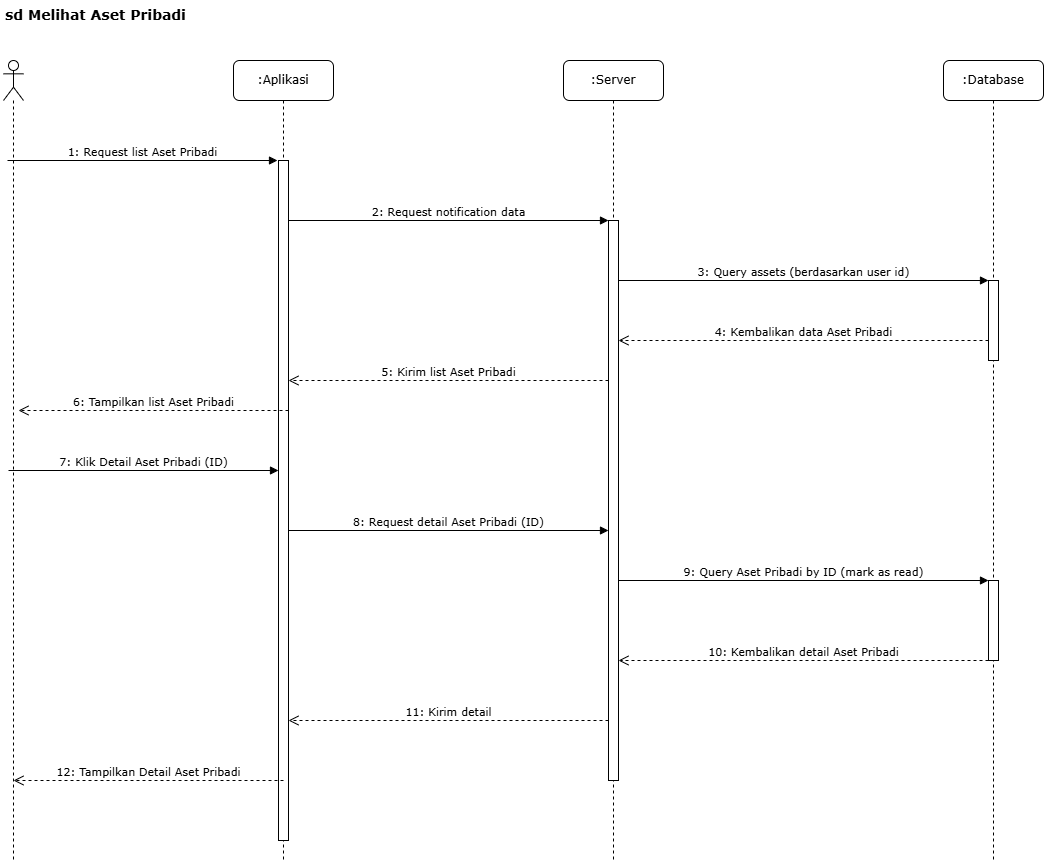
Before: Diagram/sequence-diagram-skripsi-melihat-aset-pribadi.drawio.png, a diagram exported from draw.io (Rizz404/SKRIPSI_V2). Source tidied: cells renumbered, new cells last; positions are measured from the earlier drawing's top-left corner, leaving out a move shared by most shapes.
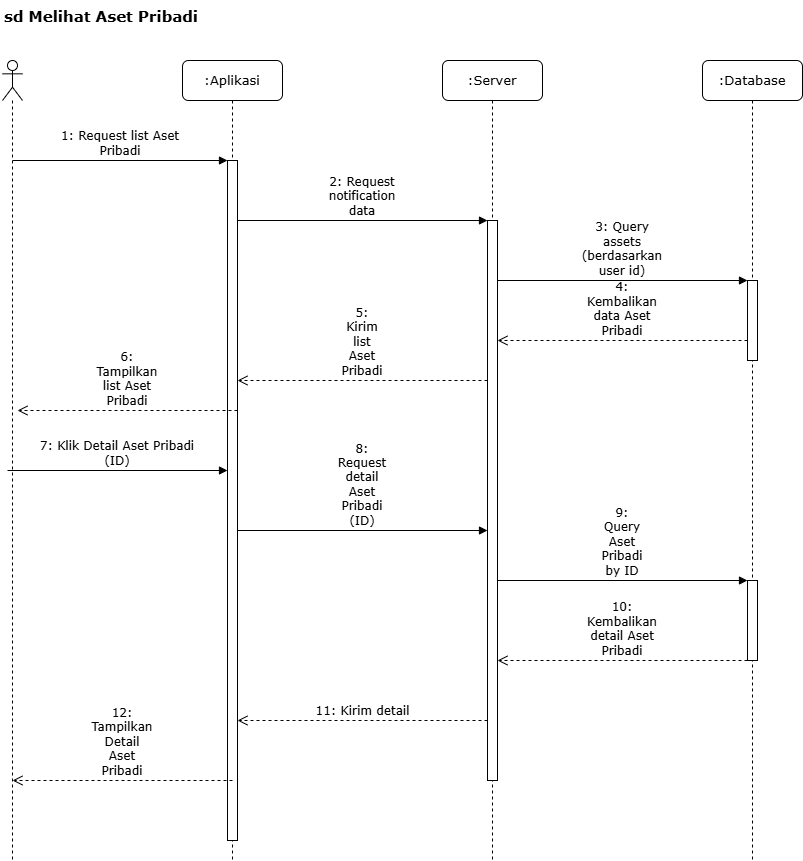
The same file after the commit.

Diff of the diagram source:
```diff
@@ -2,99 +2,99 @@
   <root>
     <mxCell id="0" />
     <mxCell id="1" parent="0" />
-    <mxCell id="2" value="sd Melihat Aset Pribadi" style="text;html=1;strokeColor=none;fillColor=none;align=left;verticalAlign=top;whiteSpace=wrap;rounded=0;fontFamily=Verdana;fontSize=14;fontStyle=1;" parent="1" vertex="1">
-      <mxGeometry width="320" height="30" as="geometry" />
+    <mxCell id="2" value="sd Melihat Aset Pribadi" style="text;html=1;strokeColor=none;fillColor=none;align=left;verticalAlign=top;whiteSpace=wrap;rounded=0;fontFamily=Verdana;fontSize=15;fontStyle=1;" parent="1" vertex="1">
+      <mxGeometry x="-80" width="320" height="30" as="geometry" />
     </mxCell>
     <mxCell id="3" style="shape=umlLifeline;perimeter=lifelinePerimeter;whiteSpace=wrap;html=1;newEdgeStyle={&quot;curved&quot;:0,&quot;rounded&quot;:0};participant=umlActor;" parent="1" vertex="1">
-      <mxGeometry y="60" width="20" height="800" as="geometry" />
+      <mxGeometry x="-80" y="60" width="20" height="800" as="geometry" />
     </mxCell>
-    <mxCell id="4" value=":Aplikasi" style="shape=umlLifeline;perimeter=lifelinePerimeter;whiteSpace=wrap;html=1;rounded=1;shadow=0;comic=0;labelBackgroundColor=none;strokeWidth=1;fontFamily=Verdana;fontSize=12;align=center;" parent="1" vertex="1">
-      <mxGeometry x="230" y="60" width="100" height="800" as="geometry" />
+    <mxCell id="4" value=":Aplikasi" style="shape=umlLifeline;perimeter=lifelinePerimeter;whiteSpace=wrap;html=1;rounded=1;shadow=0;comic=0;labelBackgroundColor=none;strokeWidth=1;fontFamily=Verdana;fontSize=13;align=center;" parent="1" vertex="1">
+      <mxGeometry x="100" y="60" width="100" height="800" as="geometry" />
     </mxCell>
-    <mxCell id="5" value="1: Request list Aset Pribadi" style="html=1;verticalAlign=bottom;labelBackgroundColor=none;endArrow=block;rounded=0;fontFamily=Verdana;fontSize=11;" parent="4" edge="1">
+    <mxCell id="5" value="1: Request list Aset Pribadi" style="html=1;verticalAlign=bottom;labelBackgroundColor=none;endArrow=block;rounded=0;fontFamily=Verdana;fontSize=12;whiteSpace=wrap;" parent="1" edge="1">
       <mxGeometry relative="1" as="geometry">
-        <mxPoint x="-226" y="100" as="sourcePoint" />
-        <mxPoint x="44" y="100" as="targetPoint" />
+        <mxPoint x="-70" y="160" as="sourcePoint" />
+        <mxPoint x="145" y="160" as="targetPoint" />
       </mxGeometry>
     </mxCell>
-    <mxCell id="6" value=":Server" style="shape=umlLifeline;perimeter=lifelinePerimeter;whiteSpace=wrap;html=1;rounded=1;shadow=0;comic=0;labelBackgroundColor=none;strokeWidth=1;fontFamily=Verdana;fontSize=12;align=center;" parent="1" vertex="1">
-      <mxGeometry x="560" y="60" width="100" height="800" as="geometry" />
+    <mxCell id="6" value=":Server" style="shape=umlLifeline;perimeter=lifelinePerimeter;whiteSpace=wrap;html=1;rounded=1;shadow=0;comic=0;labelBackgroundColor=none;strokeWidth=1;fontFamily=Verdana;fontSize=13;align=center;" parent="1" vertex="1">
+      <mxGeometry x="360" y="60" width="100" height="800" as="geometry" />
     </mxCell>
-    <mxCell id="7" value=":Database" style="shape=umlLifeline;perimeter=lifelinePerimeter;whiteSpace=wrap;html=1;rounded=1;shadow=0;comic=0;labelBackgroundColor=none;strokeWidth=1;fontFamily=Verdana;fontSize=12;align=center;" parent="1" vertex="1">
-      <mxGeometry x="940" y="60" width="100" height="800" as="geometry" />
+    <mxCell id="7" value=":Database" style="shape=umlLifeline;perimeter=lifelinePerimeter;whiteSpace=wrap;html=1;rounded=1;shadow=0;comic=0;labelBackgroundColor=none;strokeWidth=1;fontFamily=Verdana;fontSize=13;align=center;" parent="1" vertex="1">
+      <mxGeometry x="620" y="60" width="100" height="800" as="geometry" />
     </mxCell>
     <mxCell id="8" style="html=1;perimeter=orthogonalPerimeter;fillColor=#ffffff;strokeColor=#000000;strokeWidth=1;" parent="1" vertex="1">
-      <mxGeometry x="275" y="160" width="10" height="680" as="geometry" />
+      <mxGeometry x="145" y="160" width="10" height="680" as="geometry" />
     </mxCell>
     <mxCell id="9" style="html=1;points=[];perimeter=orthogonalPerimeter;fillColor=#ffffff;strokeColor=#000000;strokeWidth=1;" parent="1" vertex="1">
-      <mxGeometry x="605" y="220" width="10" height="560" as="geometry" />
+      <mxGeometry x="405" y="220" width="10" height="560" as="geometry" />
     </mxCell>
     <mxCell id="10" style="html=1;perimeter=orthogonalPerimeter;fillColor=#ffffff;strokeColor=#000000;strokeWidth=1;" parent="1" vertex="1">
-      <mxGeometry x="985" y="280" width="10" height="80" as="geometry" />
+      <mxGeometry x="665" y="280" width="10" height="80" as="geometry" />
     </mxCell>
     <mxCell id="11" style="html=1;points=[];perimeter=orthogonalPerimeter;fillColor=#ffffff;strokeColor=#000000;strokeWidth=1;" parent="1" vertex="1">
-      <mxGeometry x="985" y="580" width="10" height="80" as="geometry" />
+      <mxGeometry x="665" y="580" width="10" height="80" as="geometry" />
     </mxCell>
-    <mxCell id="12" value="2: Request notification data" style="html=1;verticalAlign=bottom;endArrow=block;labelBackgroundColor=none;fontFamily=Verdana;fontSize=11;" parent="1" edge="1">
+    <mxCell id="12" value="2: Request notification data" style="html=1;verticalAlign=bottom;endArrow=block;labelBackgroundColor=none;fontFamily=Verdana;fontSize=12;whiteSpace=wrap;" parent="1" edge="1">
       <mxGeometry relative="1" as="geometry">
-        <mxPoint x="285" y="220" as="sourcePoint" />
-        <mxPoint x="605" y="220" as="targetPoint" />
+        <mxPoint x="155" y="220" as="sourcePoint" />
+        <mxPoint x="405" y="220" as="targetPoint" />
       </mxGeometry>
     </mxCell>
-    <mxCell id="13" value="3: Query assets (berdasarkan user id)" style="html=1;verticalAlign=bottom;endArrow=block;labelBackgroundColor=none;fontFamily=Verdana;fontSize=11;" parent="1" edge="1">
+    <mxCell id="13" value="3: Query assets (berdasarkan user id)" style="html=1;verticalAlign=bottom;endArrow=block;labelBackgroundColor=none;fontFamily=Verdana;fontSize=12;whiteSpace=wrap;" parent="1" edge="1">
       <mxGeometry relative="1" as="geometry">
-        <mxPoint x="615" y="280" as="sourcePoint" />
-        <mxPoint x="985" y="280" as="targetPoint" />
+        <mxPoint x="415" y="280" as="sourcePoint" />
+        <mxPoint x="665" y="280" as="targetPoint" />
       </mxGeometry>
     </mxCell>
-    <mxCell id="14" value="4: Kembalikan data Aset Pribadi" style="html=1;verticalAlign=bottom;endArrow=open;dashed=1;endSize=8;labelBackgroundColor=none;fontFamily=Verdana;fontSize=11;" parent="1" edge="1">
+    <mxCell id="14" value="4: Kembalikan data Aset Pribadi" style="html=1;verticalAlign=bottom;endArrow=open;dashed=1;endSize=8;labelBackgroundColor=none;fontFamily=Verdana;fontSize=12;whiteSpace=wrap;" parent="1" edge="1">
       <mxGeometry relative="1" as="geometry">
-        <mxPoint x="985" y="340" as="sourcePoint" />
-        <mxPoint x="615" y="340" as="targetPoint" />
+        <mxPoint x="665" y="340" as="sourcePoint" />
+        <mxPoint x="415" y="340" as="targetPoint" />
       </mxGeometry>
     </mxCell>
-    <mxCell id="15" value="5: Kirim list Aset Pribadi" style="html=1;verticalAlign=bottom;endArrow=open;dashed=1;endSize=8;labelBackgroundColor=none;fontFamily=Verdana;fontSize=11;" parent="1" edge="1">
+    <mxCell id="15" value="5: Kirim list Aset Pribadi" style="html=1;verticalAlign=bottom;endArrow=open;dashed=1;endSize=8;labelBackgroundColor=none;fontFamily=Verdana;fontSize=12;whiteSpace=wrap;" parent="1" edge="1">
       <mxGeometry relative="1" as="geometry">
-        <mxPoint x="605" y="380" as="sourcePoint" />
-        <mxPoint x="285" y="380" as="targetPoint" />
+        <mxPoint x="405" y="380" as="sourcePoint" />
+        <mxPoint x="155" y="380" as="targetPoint" />
       </mxGeometry>
     </mxCell>
-    <mxCell id="16" value="6: Tampilkan list Aset Pribadi" style="html=1;verticalAlign=bottom;endArrow=open;dashed=1;endSize=8;labelBackgroundColor=none;fontFamily=Verdana;fontSize=11;" parent="1" edge="1">
+    <mxCell id="16" value="6: Tampilkan list Aset Pribadi" style="html=1;verticalAlign=bottom;endArrow=open;dashed=1;endSize=8;labelBackgroundColor=none;fontFamily=Verdana;fontSize=12;whiteSpace=wrap;" parent="1" edge="1">
       <mxGeometry relative="1" as="geometry">
-        <mxPoint x="285" y="410" as="sourcePoint" />
-        <mxPoint x="15" y="410" as="targetPoint" />
+        <mxPoint x="155" y="410" as="sourcePoint" />
+        <mxPoint x="-65" y="410" as="targetPoint" />
       </mxGeometry>
     </mxCell>
-    <mxCell id="17" value="7: Klik Detail Aset Pribadi (ID)" style="html=1;verticalAlign=bottom;labelBackgroundColor=none;endArrow=block;rounded=0;fontFamily=Verdana;fontSize=11;" parent="1" edge="1">
+    <mxCell id="17" value="7: Klik Detail Aset Pribadi (ID)" style="html=1;verticalAlign=bottom;labelBackgroundColor=none;endArrow=block;rounded=0;fontFamily=Verdana;fontSize=12;whiteSpace=wrap;" parent="1" edge="1">
       <mxGeometry relative="1" as="geometry">
-        <mxPoint x="5" y="470" as="sourcePoint" />
-        <mxPoint x="275" y="470" as="targetPoint" />
+        <mxPoint x="-75" y="470" as="sourcePoint" />
+        <mxPoint x="145" y="470" as="targetPoint" />
       </mxGeometry>
     </mxCell>
-    <mxCell id="18" value="8: Request detail Aset Pribadi (ID)" style="html=1;verticalAlign=bottom;endArrow=block;labelBackgroundColor=none;fontFamily=Verdana;fontSize=11;" parent="1" edge="1">
+    <mxCell id="18" value="8: Request detail Aset Pribadi (ID)" style="html=1;verticalAlign=bottom;endArrow=block;labelBackgroundColor=none;fontFamily=Verdana;fontSize=12;whiteSpace=wrap;" parent="1" edge="1">
       <mxGeometry relative="1" as="geometry">
-        <mxPoint x="285" y="530" as="sourcePoint" />
-        <mxPoint x="605" y="530" as="targetPoint" />
+        <mxPoint x="155" y="530" as="sourcePoint" />
+        <mxPoint x="405" y="530" as="targetPoint" />
       </mxGeometry>
     </mxCell>
-    <mxCell id="19" value="9: Query Aset Pribadi by ID (mark as read)" style="html=1;verticalAlign=bottom;endArrow=block;labelBackgroundColor=none;fontFamily=Verdana;fontSize=11;" parent="1" edge="1" source="9" target="11">
+    <mxCell id="19" value="9: Query Aset Pribadi by ID" style="html=1;verticalAlign=bottom;endArrow=block;labelBackgroundColor=none;fontFamily=Verdana;fontSize=12;whiteSpace=wrap;" parent="1" edge="1" source="9" target="11">
       <mxGeometry relative="1" as="geometry" />
     </mxCell>
-    <mxCell id="20" value="10: Kembalikan detail Aset Pribadi" style="html=1;verticalAlign=bottom;endArrow=open;dashed=1;endSize=8;labelBackgroundColor=none;fontFamily=Verdana;fontSize=11;" parent="1" edge="1" source="11">
+    <mxCell id="20" value="10: Kembalikan detail Aset Pribadi" style="html=1;verticalAlign=bottom;endArrow=open;dashed=1;endSize=8;labelBackgroundColor=none;fontFamily=Verdana;fontSize=12;whiteSpace=wrap;" parent="1" edge="1" source="11">
       <mxGeometry relative="1" as="geometry">
-        <mxPoint x="615" y="660" as="targetPoint" />
+        <mxPoint x="415" y="660" as="targetPoint" />
       </mxGeometry>
     </mxCell>
-    <mxCell id="21" value="11: Kirim detail" style="html=1;verticalAlign=bottom;endArrow=open;dashed=1;endSize=8;labelBackgroundColor=none;fontFamily=Verdana;fontSize=11;" parent="1" edge="1">
+    <mxCell id="21" value="11: Kirim detail" style="html=1;verticalAlign=bottom;endArrow=open;dashed=1;endSize=8;labelBackgroundColor=none;fontFamily=Verdana;fontSize=12;" parent="1" edge="1">
       <mxGeometry relative="1" as="geometry">
-        <mxPoint x="605" y="720" as="sourcePoint" />
-        <mxPoint x="285" y="720" as="targetPoint" />
+        <mxPoint x="405" y="720" as="sourcePoint" />
+        <mxPoint x="155" y="720" as="targetPoint" />
       </mxGeometry>
     </mxCell>
-    <mxCell id="22" value="12: Tampilkan Detail Aset Pribadi" style="html=1;verticalAlign=bottom;endArrow=open;dashed=1;endSize=8;labelBackgroundColor=none;fontFamily=Verdana;fontSize=11;" parent="1" edge="1">
+    <mxCell id="22" value="12: Tampilkan Detail Aset Pribadi" style="html=1;verticalAlign=bottom;endArrow=open;dashed=1;endSize=8;labelBackgroundColor=none;fontFamily=Verdana;fontSize=12;whiteSpace=wrap;" parent="1" edge="1">
       <mxGeometry relative="1" as="geometry">
-        <mxPoint x="280" y="780" as="sourcePoint" />
-        <mxPoint x="10" y="780" as="targetPoint" />
+        <mxPoint x="150" y="780" as="sourcePoint" />
+        <mxPoint x="-70" y="780" as="targetPoint" />
       </mxGeometry>
     </mxCell>
   </root>
```
